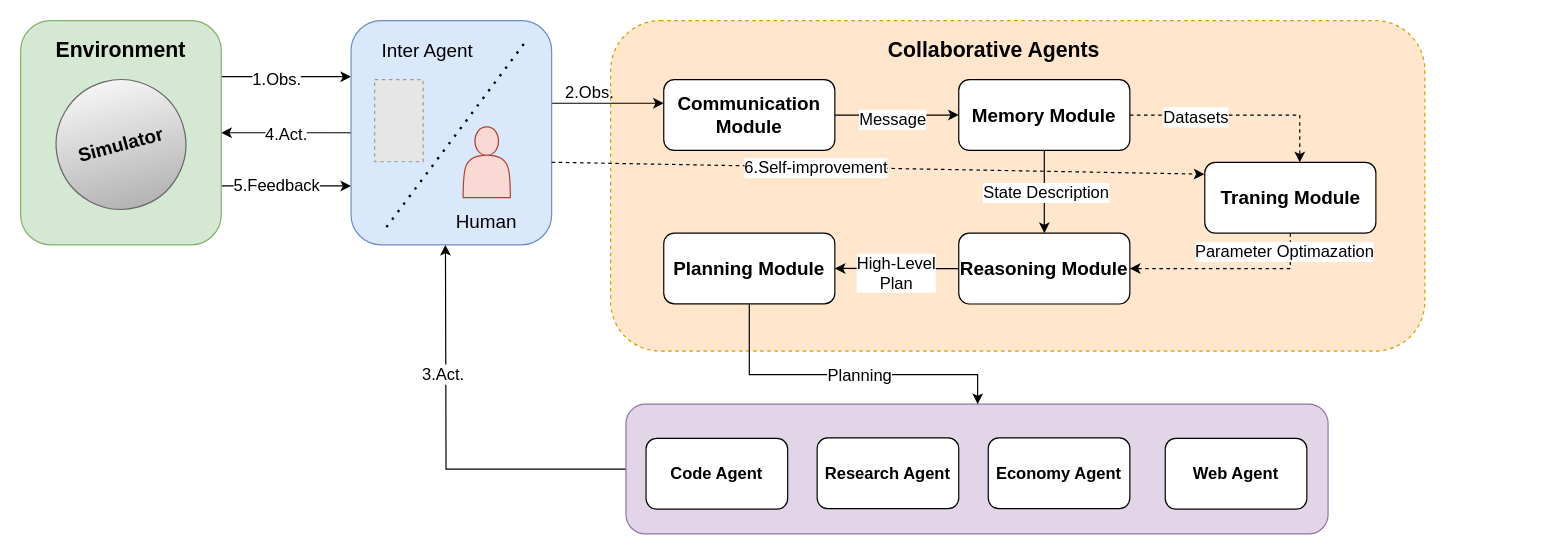
Above: messageChannel.drawio in RuishanFang/notes (draw.io), before the change. Source tidied: cells renumbered, new cells numbered last; positions are measured from the earlier drawing's top-left corner, leaving out a move shared by most shapes. Both pictures are drawn from the tidied source at 118%, with x=0, y=0 at pixel (20, 20). Pictures stored in the file or linked from it are replaced by grey dashed boxes.
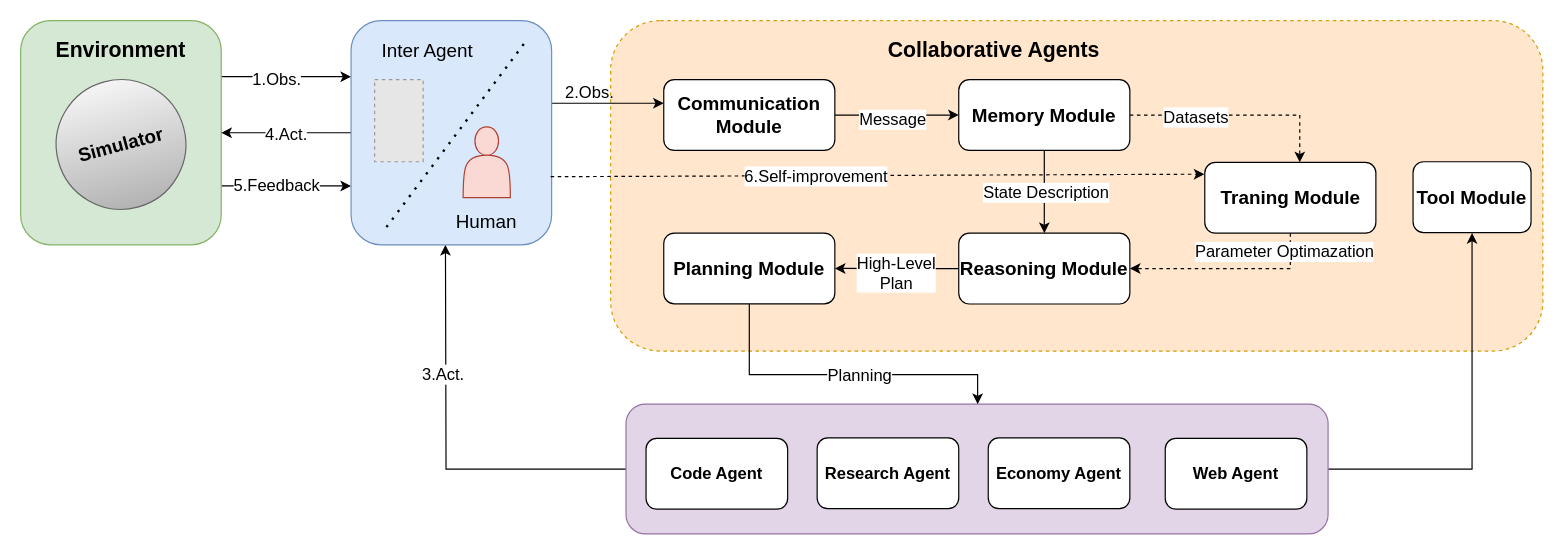
Above is the later version.

Unchanged cells that the change refers to:
```xml
<mxCell id="12" style="rounded=1;whiteSpace=wrap;html=1;fillColor=#e1d5e7;strokeColor=#9673a6;" parent="1" vertex="1">
  <mxGeometry x="513" y="325" width="595" height="110" as="geometry" />
</mxCell>
<mxCell id="21" style="rounded=1;whiteSpace=wrap;html=1;fillColor=#dae8fc;strokeColor=#6c8ebf;" parent="1" vertex="1">
  <mxGeometry x="280" width="170" height="190" as="geometry" />
</mxCell>
<mxCell id="40" value="&lt;font style=&quot;font-size: 16px;&quot;&gt;&lt;b style=&quot;&quot;&gt;Traning&amp;nbsp;Module&lt;/b&gt;&lt;/font&gt;" style="rounded=1;whiteSpace=wrap;html=1;" parent="1" vertex="1">
  <mxGeometry x="1003.5" y="120.1" width="145" height="60" as="geometry" />
</mxCell>
```

The edit, as a diff of the source:
```diff
@@
     <mxCell id="2" style="rounded=1;whiteSpace=wrap;html=1;fillColor=#ffe6cc;strokeColor=#d79b00;dashed=1;" parent="1" vertex="1">
-      <mxGeometry x="500" width="690" height="280" as="geometry" />
+      <mxGeometry x="500" width="790" height="280" as="geometry" />
     </mxCell>
@@
+    <mxCell id="47" style="edgeStyle=orthogonalEdgeStyle;rounded=0;jettySize=auto;html=1;" parent="1" edge="1" source="12">
+      <mxGeometry relative="1" as="geometry">
+        <mxPoint x="1230" y="180" as="targetPoint" />
+        <Array as="points">
+          <mxPoint x="1230" y="380" />
+          <mxPoint x="1230" y="180" />
+        </Array>
+      </mxGeometry>
+    </mxCell>
@@
-    <mxCell id="45" style="endArrow=classic;html=1;rounded=0;entryX=-0.002;entryY=0.167;entryDx=0;entryDy=0;entryPerimeter=0;dashed=1;" parent="1" edge="1" target="40">
-      <mxGeometry relative="1" as="geometry">
-        <mxPoint x="450" y="120" as="sourcePoint" />
-      </mxGeometry>
+    <mxCell id="45" style="endArrow=classic;html=1;rounded=0;entryX=-0.002;entryY=0.167;entryDx=0;entryDy=0;entryPerimeter=0;dashed=1;exitX=0.995;exitY=0.696;exitDx=0;exitDy=0;exitPerimeter=0;" parent="1" edge="1" source="21" target="40">
+      <mxGeometry relative="1" as="geometry" />
     </mxCell>
@@
+    <mxCell id="48" value="&lt;font style=&quot;font-size: 16px;&quot;&gt;&lt;b style=&quot;&quot;&gt;Tool Module&lt;/b&gt;&lt;/font&gt;" style="rounded=1;whiteSpace=wrap;html=1;" parent="1" vertex="1">
+      <mxGeometry x="1180" y="119.6" width="100" height="60" as="geometry" />
+    </mxCell>
```
